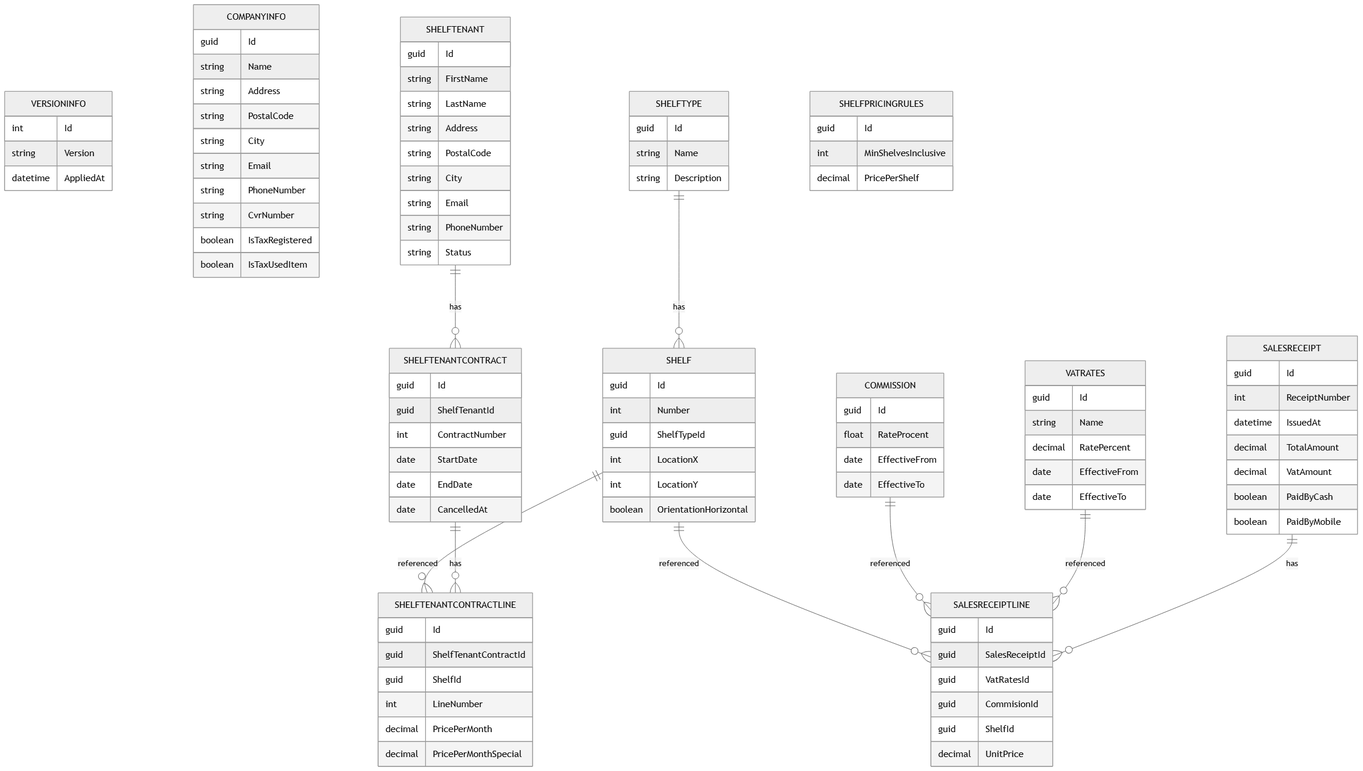
The Mermaid diagram docs/ER.png in DMOoF25-TEAM11/ShelfMarket, before a commit. Its source is kept beside it as docs/ER.mmd.
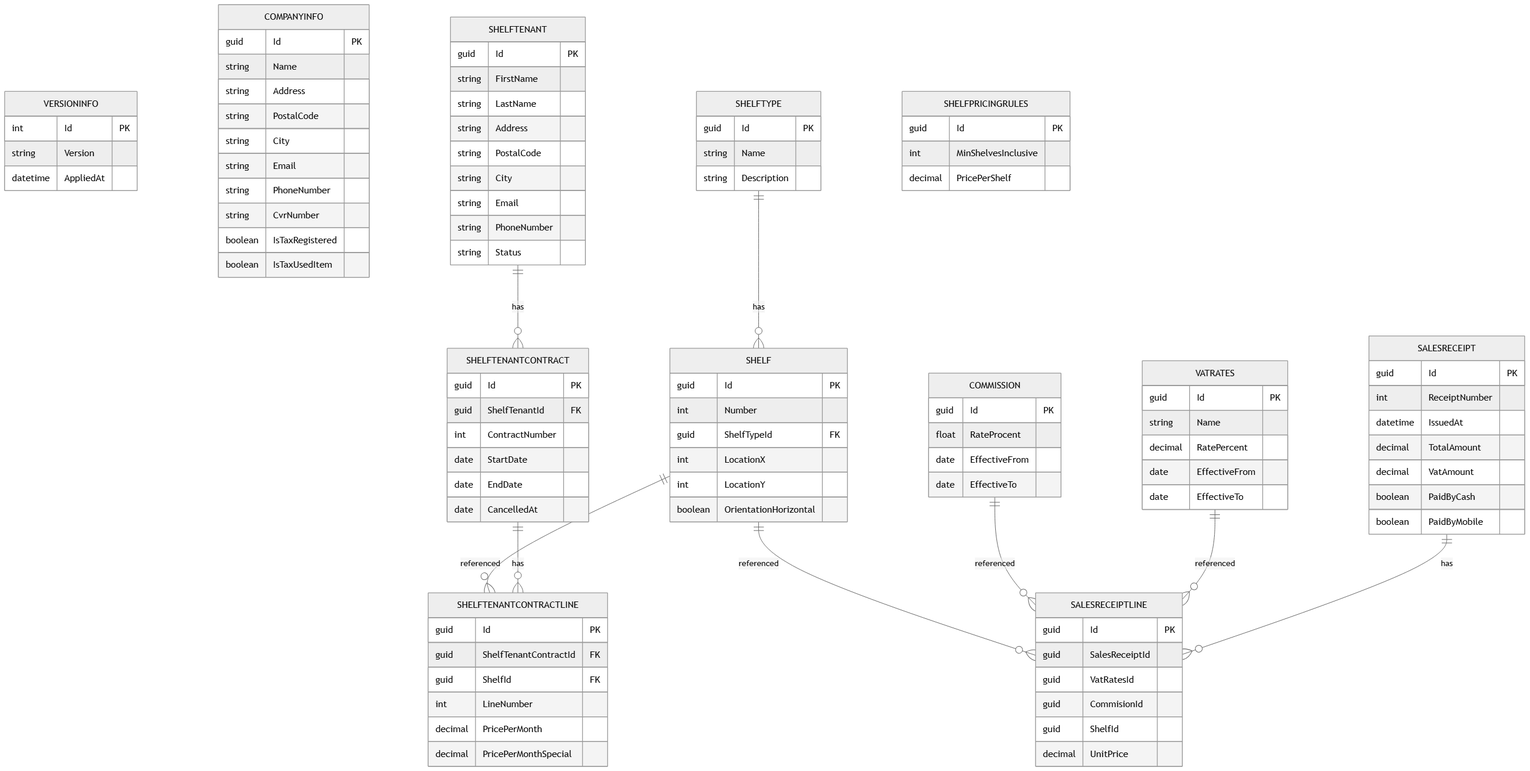
After the commit.

Diff of the diagram source:
```diff
@@ -1,12 +1,12 @@
 erDiagram
     VERSIONINFO {
-        int Id
+        int Id PK
         string Version
         datetime AppliedAt
     }
 
     COMPANYINFO {
-        guid Id
+        guid Id PK
         string Name
         string Address
         string PostalCode
@@ -19,7 +19,7 @@
     }
 
     VATRATES {
-        guid Id
+        guid Id PK
         string Name
         decimal RatePercent
         date EffectiveFrom
@@ -27,29 +27,29 @@
     }
 
     COMMISSION {
-        guid Id
+        guid Id PK
         float RateProcent
         date EffectiveFrom
         date EffectiveTo
     }
 
     SHELFTYPE {
-        guid Id
+        guid Id PK
         string Name
         string Description
     }
 
     SHELF {
-        guid Id
+        guid Id PK
         int Number
-        guid ShelfTypeId
+        guid ShelfTypeId FK
         int LocationX
         int LocationY
         boolean OrientationHorizontal
     }
 
     SHELFTENANT {
-        guid Id
+        guid Id PK
         string FirstName
         string LastName
         string Address
@@ -61,8 +61,8 @@
     }
 
     SHELFTENANTCONTRACT {
-        guid Id
-        guid ShelfTenantId
+        guid Id PK
+        guid ShelfTenantId FK
         int ContractNumber
         date StartDate
         date EndDate
@@ -70,22 +70,22 @@
     }
 
     SHELFTENANTCONTRACTLINE {
-        guid Id
-        guid ShelfTenantContractId
-        guid ShelfId
+        guid Id PK
+        guid ShelfTenantContractId FK
+        guid ShelfId FK
         int LineNumber
         decimal PricePerMonth
         decimal PricePerMonthSpecial
     }
 
     SHELFPRICINGRULES {
-        guid Id
+        guid Id PK
         int MinShelvesInclusive
         decimal PricePerShelf
     }
 
     SALESRECEIPT {
-        guid Id
+        guid Id PK
         int ReceiptNumber
         datetime IssuedAt
         decimal TotalAmount
@@ -95,7 +95,7 @@
     }
 
     SALESRECEIPTLINE {
-        guid Id
+        guid Id PK
         guid SalesReceiptId
         guid VatRatesId
         guid CommisionId
```
